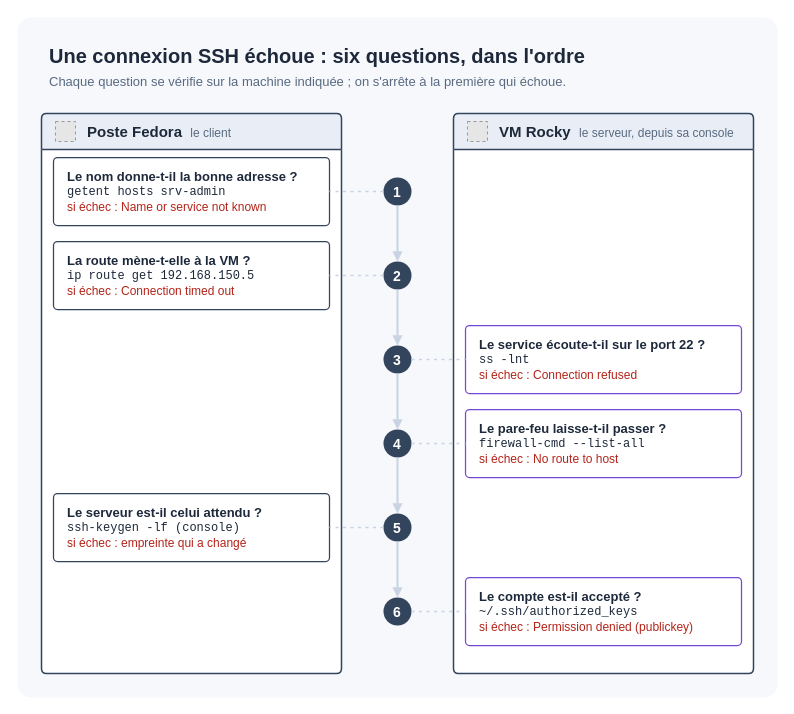
Earlier version of the draw.io diagram docs/diagrams/pedagogique-acces-ssh.drawio (mathiasseguincadiche/OpsDesk). Source tidied: cells renumbered, new cells numbered last; positions are measured from the earlier drawing's top-left corner, leaving out a move shared by most shapes. Both pictures are drawn from the tidied source at 100%, with x=0, y=0 at pixel (17, 17). Pictures stored in the file or linked from it are replaced by grey dashed boxes.
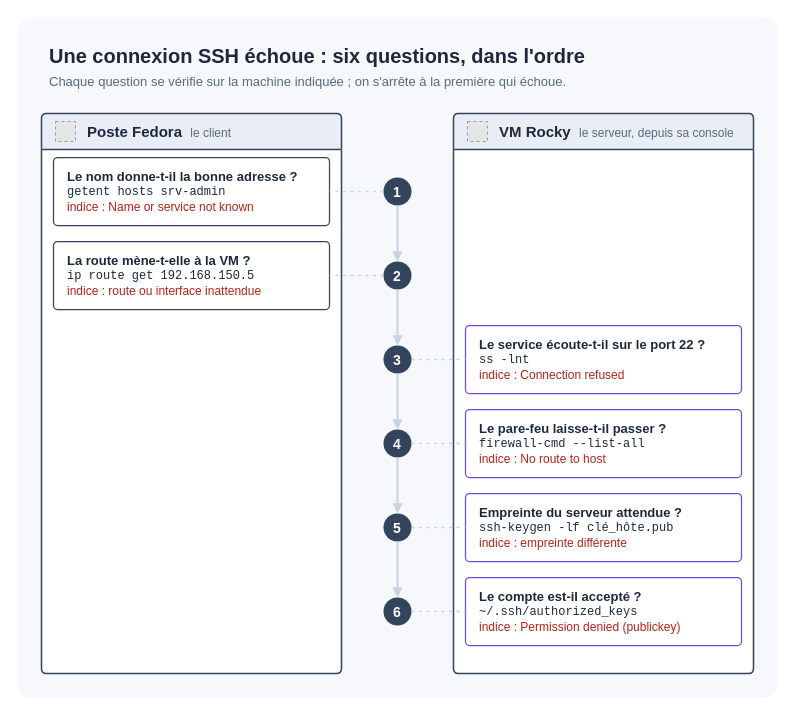
Above is the later version.

The change refers to these unchanged cells:
```xml
<mxCell id="9" value="Poste Fedora&amp;nbsp;&amp;nbsp;&lt;span style=&quot;font-weight:normal;font-size:12px;color:#596A80&quot;&gt;le client&lt;/span&gt;" style="swimlane;html=1;whiteSpace=wrap;startSize=36;rounded=1;arcSize=10;absoluteArcSize=1;fillColor=#E9EEF6;swimlaneFillColor=#FFFFFF;strokeColor=#33445D;strokeWidth=1.5;align=left;spacingLeft=44;fontFamily=Helvetica;fontSize=15;fontColor=#1D293B;align=left;fontStyle=1;" parent="2" vertex="1">
  <mxGeometry x="24" y="96" width="300" height="560" as="geometry" />
</mxCell>
<mxCell id="11" value="VM Rocky&amp;nbsp;&amp;nbsp;&lt;span style=&quot;font-weight:normal;font-size:12px;color:#596A80&quot;&gt;le serveur, depuis sa console&lt;/span&gt;" style="swimlane;html=1;whiteSpace=wrap;startSize=36;rounded=1;arcSize=10;absoluteArcSize=1;fillColor=#E9EEF6;swimlaneFillColor=#FFFFFF;strokeColor=#33445D;strokeWidth=1.5;align=left;spacingLeft=44;fontFamily=Helvetica;fontSize=15;fontColor=#1D293B;align=left;fontStyle=1;" parent="2" vertex="1">
  <mxGeometry x="436" y="96" width="300" height="560" as="geometry" />
</mxCell>
<mxCell id="28" value="5" style="ellipse;fillColor=#33445D;strokeColor=none;fontFamily=Helvetica;fontSize=14;fontColor=#FFFFFF;align=center;fontStyle=1;" parent="3" vertex="1">
  <mxGeometry x="366" y="496" width="28" height="28" as="geometry" />
</mxCell>
```

Diff of the diagram source:
```diff
@@
-    <mxCell id="14" value="&lt;span style=&quot;font-size:13px;font-weight:bold;color:#1D293B&quot;&gt;Le nom donne-t-il la bonne adresse ?&lt;/span&gt;&lt;br&gt;&lt;span style=&quot;font-family:Courier New,monospace;font-size:12px;color:#1D293B&quot;&gt;getent hosts srv-admin&lt;/span&gt;&lt;br&gt;&lt;span style=&quot;font-size:12px;color:#B42318&quot;&gt;si échec : Name or service not known&lt;/span&gt;" style="rounded=1;arcSize=8;absoluteArcSize=1;html=1;whiteSpace=wrap;fillColor=#FFFFFF;strokeColor=#33445D;strokeWidth=1.25;align=left;verticalAlign=middle;spacingLeft=12;spacingRight=12;fontFamily=Helvetica;fontSize=12;fontColor=#1D293B;align=left;" parent="9" vertex="1">
+    <mxCell id="14" value="&lt;span style=&quot;font-size:13px;font-weight:bold;color:#1D293B&quot;&gt;Le nom donne-t-il la bonne adresse ?&lt;/span&gt;&lt;br&gt;&lt;span style=&quot;font-family:Courier New,monospace;font-size:12px;color:#1D293B&quot;&gt;getent hosts srv-admin&lt;/span&gt;&lt;br&gt;&lt;span style=&quot;font-size:12px;color:#B42318&quot;&gt;indice : Name or service not known&lt;/span&gt;" style="rounded=1;arcSize=8;absoluteArcSize=1;html=1;whiteSpace=wrap;fillColor=#FFFFFF;strokeColor=#33445D;strokeWidth=1.25;align=left;verticalAlign=middle;spacingLeft=12;spacingRight=12;fontFamily=Helvetica;fontSize=12;fontColor=#1D293B;align=left;" parent="9" vertex="1">
       <mxGeometry x="12" y="44" width="276" height="68" as="geometry" />
     </mxCell>
@@
-    <mxCell id="18" value="&lt;span style=&quot;font-size:13px;font-weight:bold;color:#1D293B&quot;&gt;La route mène-t-elle à la VM ?&lt;/span&gt;&lt;br&gt;&lt;span style=&quot;font-family:Courier New,monospace;font-size:12px;color:#1D293B&quot;&gt;ip route get 192.168.150.5&lt;/span&gt;&lt;br&gt;&lt;span style=&quot;font-size:12px;color:#B42318&quot;&gt;si échec : Connection timed out&lt;/span&gt;" style="rounded=1;arcSize=8;absoluteArcSize=1;html=1;whiteSpace=wrap;fillColor=#FFFFFF;strokeColor=#33445D;strokeWidth=1.25;align=left;verticalAlign=middle;spacingLeft=12;spacingRight=12;fontFamily=Helvetica;fontSize=12;fontColor=#1D293B;align=left;" parent="9" vertex="1">
+    <mxCell id="18" value="&lt;span style=&quot;font-size:13px;font-weight:bold;color:#1D293B&quot;&gt;La route mène-t-elle à la VM ?&lt;/span&gt;&lt;br&gt;&lt;span style=&quot;font-family:Courier New,monospace;font-size:12px;color:#1D293B&quot;&gt;ip route get 192.168.150.5&lt;/span&gt;&lt;br&gt;&lt;span style=&quot;font-size:12px;color:#B42318&quot;&gt;indice : route ou interface inattendue&lt;/span&gt;" style="rounded=1;arcSize=8;absoluteArcSize=1;html=1;whiteSpace=wrap;fillColor=#FFFFFF;strokeColor=#33445D;strokeWidth=1.25;align=left;verticalAlign=middle;spacingLeft=12;spacingRight=12;fontFamily=Helvetica;fontSize=12;fontColor=#1D293B;align=left;" parent="9" vertex="1">
       <mxGeometry x="12" y="128" width="276" height="68" as="geometry" />
     </mxCell>
@@
-    <mxCell id="22" value="&lt;span style=&quot;font-size:13px;font-weight:bold;color:#1D293B&quot;&gt;Le service écoute-t-il sur le port 22 ?&lt;/span&gt;&lt;br&gt;&lt;span style=&quot;font-family:Courier New,monospace;font-size:12px;color:#1D293B&quot;&gt;ss -lnt&lt;/span&gt;&lt;br&gt;&lt;span style=&quot;font-size:12px;color:#B42318&quot;&gt;si échec : Connection refused&lt;/span&gt;" style="rounded=1;arcSize=8;absoluteArcSize=1;html=1;whiteSpace=wrap;fillColor=#FFFFFF;strokeColor=#7549D8;strokeWidth=1.25;align=left;verticalAlign=middle;spacingLeft=12;spacingRight=12;fontFamily=Helvetica;fontSize=12;fontColor=#1D293B;align=left;" parent="11" vertex="1">
+    <mxCell id="22" value="&lt;span style=&quot;font-size:13px;font-weight:bold;color:#1D293B&quot;&gt;Le service écoute-t-il sur le port 22 ?&lt;/span&gt;&lt;br&gt;&lt;span style=&quot;font-family:Courier New,monospace;font-size:12px;color:#1D293B&quot;&gt;ss -lnt&lt;/span&gt;&lt;br&gt;&lt;span style=&quot;font-size:12px;color:#B42318&quot;&gt;indice : Connection refused&lt;/span&gt;" style="rounded=1;arcSize=8;absoluteArcSize=1;html=1;whiteSpace=wrap;fillColor=#FFFFFF;strokeColor=#7549D8;strokeWidth=1.25;align=left;verticalAlign=middle;spacingLeft=12;spacingRight=12;fontFamily=Helvetica;fontSize=12;fontColor=#1D293B;align=left;" parent="11" vertex="1">
       <mxGeometry x="12" y="212" width="276" height="68" as="geometry" />
     </mxCell>
@@
-    <mxCell id="26" value="&lt;span style=&quot;font-size:13px;font-weight:bold;color:#1D293B&quot;&gt;Le pare-feu laisse-t-il passer ?&lt;/span&gt;&lt;br&gt;&lt;span style=&quot;font-family:Courier New,monospace;font-size:12px;color:#1D293B&quot;&gt;firewall-cmd --list-all&lt;/span&gt;&lt;br&gt;&lt;span style=&quot;font-size:12px;color:#B42318&quot;&gt;si échec : No route to host&lt;/span&gt;" style="rounded=1;arcSize=8;absoluteArcSize=1;html=1;whiteSpace=wrap;fillColor=#FFFFFF;strokeColor=#7549D8;strokeWidth=1.25;align=left;verticalAlign=middle;spacingLeft=12;spacingRight=12;fontFamily=Helvetica;fontSize=12;fontColor=#1D293B;align=left;" parent="11" vertex="1">
+    <mxCell id="26" value="&lt;span style=&quot;font-size:13px;font-weight:bold;color:#1D293B&quot;&gt;Le pare-feu laisse-t-il passer ?&lt;/span&gt;&lt;br&gt;&lt;span style=&quot;font-family:Courier New,monospace;font-size:12px;color:#1D293B&quot;&gt;firewall-cmd --list-all&lt;/span&gt;&lt;br&gt;&lt;span style=&quot;font-size:12px;color:#B42318&quot;&gt;indice : No route to host&lt;/span&gt;" style="rounded=1;arcSize=8;absoluteArcSize=1;html=1;whiteSpace=wrap;fillColor=#FFFFFF;strokeColor=#7549D8;strokeWidth=1.25;align=left;verticalAlign=middle;spacingLeft=12;spacingRight=12;fontFamily=Helvetica;fontSize=12;fontColor=#1D293B;align=left;" parent="11" vertex="1">
       <mxGeometry x="12" y="296" width="276" height="68" as="geometry" />
     </mxCell>
@@
-    <mxCell id="30" value="&lt;span style=&quot;font-size:13px;font-weight:bold;color:#1D293B&quot;&gt;Le serveur est-il celui attendu ?&lt;/span&gt;&lt;br&gt;&lt;span style=&quot;font-family:Courier New,monospace;font-size:12px;color:#1D293B&quot;&gt;ssh-keygen -lf (console)&lt;/span&gt;&lt;br&gt;&lt;span style=&quot;font-size:12px;color:#B42318&quot;&gt;si échec : empreinte qui a changé&lt;/span&gt;" style="rounded=1;arcSize=8;absoluteArcSize=1;html=1;whiteSpace=wrap;fillColor=#FFFFFF;strokeColor=#33445D;strokeWidth=1.25;align=left;verticalAlign=middle;spacingLeft=12;spacingRight=12;fontFamily=Helvetica;fontSize=12;fontColor=#1D293B;align=left;" parent="9" vertex="1">
+    <mxCell id="30" value="&lt;span style=&quot;font-size:13px;font-weight:bold;color:#1D293B&quot;&gt;Empreinte du serveur attendue ?&lt;/span&gt;&lt;br&gt;&lt;span style=&quot;font-family:Courier New,monospace;font-size:12px;color:#1D293B&quot;&gt;ssh-keygen -lf clé_hôte.pub&lt;/span&gt;&lt;br&gt;&lt;span style=&quot;font-size:12px;color:#B42318&quot;&gt;indice : empreinte différente&lt;/span&gt;" style="rounded=1;arcSize=8;absoluteArcSize=1;html=1;whiteSpace=wrap;fillColor=#FFFFFF;strokeColor=#7549D8;strokeWidth=1.25;align=left;verticalAlign=middle;spacingLeft=12;spacingRight=12;fontFamily=Helvetica;fontSize=12;fontColor=#1D293B;align=left;" parent="11" vertex="1">
       <mxGeometry x="12" y="380" width="276" height="68" as="geometry" />
     </mxCell>
-    <mxCell id="31" style="edgeStyle=none;endArrow=none;strokeColor=#C9D3E2;strokeWidth=1.5;dashed=1;dashPattern=2 3;exitX=0;exitY=0.5;entryX=1;entryY=0.5;" parent="4" edge="1" source="28" target="30">
+    <mxCell id="31" style="edgeStyle=none;endArrow=none;strokeColor=#C9D3E2;strokeWidth=1.5;dashed=1;dashPattern=2 3;exitX=1;exitY=0.5;entryX=0;entryY=0.5;" parent="4" edge="1" source="28" target="30">
       <mxGeometry relative="1" as="geometry" />
     </mxCell>
@@
-    <mxCell id="34" value="&lt;span style=&quot;font-size:13px;font-weight:bold;color:#1D293B&quot;&gt;Le compte est-il accepté ?&lt;/span&gt;&lt;br&gt;&lt;span style=&quot;font-family:Courier New,monospace;font-size:12px;color:#1D293B&quot;&gt;~/.ssh/authorized_keys&lt;/span&gt;&lt;br&gt;&lt;span style=&quot;font-size:12px;color:#B42318&quot;&gt;si échec : Permission denied (publickey)&lt;/span&gt;" style="rounded=1;arcSize=8;absoluteArcSize=1;html=1;whiteSpace=wrap;fillColor=#FFFFFF;strokeColor=#7549D8;strokeWidth=1.25;align=left;verticalAlign=middle;spacingLeft=12;spacingRight=12;fontFamily=Helvetica;fontSize=12;fontColor=#1D293B;align=left;" parent="11" vertex="1">
+    <mxCell id="34" value="&lt;span style=&quot;font-size:13px;font-weight:bold;color:#1D293B&quot;&gt;Le compte est-il accepté ?&lt;/span&gt;&lt;br&gt;&lt;span style=&quot;font-family:Courier New,monospace;font-size:12px;color:#1D293B&quot;&gt;~/.ssh/authorized_keys&lt;/span&gt;&lt;br&gt;&lt;span style=&quot;font-size:12px;color:#B42318&quot;&gt;indice : Permission denied (publickey)&lt;/span&gt;" style="rounded=1;arcSize=8;absoluteArcSize=1;html=1;whiteSpace=wrap;fillColor=#FFFFFF;strokeColor=#7549D8;strokeWidth=1.25;align=left;verticalAlign=middle;spacingLeft=12;spacingRight=12;fontFamily=Helvetica;fontSize=12;fontColor=#1D293B;align=left;" parent="11" vertex="1">
       <mxGeometry x="12" y="464" width="276" height="68" as="geometry" />
     </mxCell>
```
